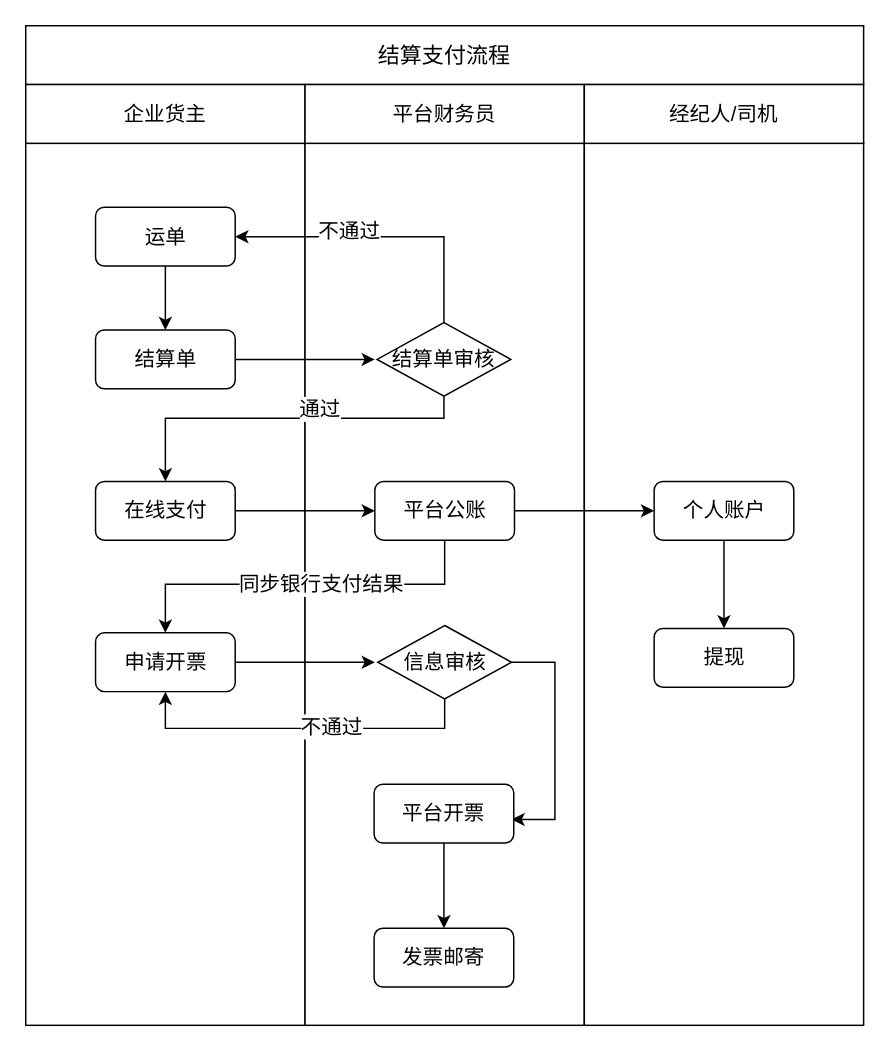
Before: 结算业务流程图.drawio in chenyibang/rdpwrap, a draw.io diagram. Source tidied: cells renumbered, new cells numbered last; positions are measured from the earlier drawing's top-left corner, leaving out a move shared by most shapes. Both pictures are drawn from the tidied source at 147%, with x=0, y=0 at pixel (25, 25).
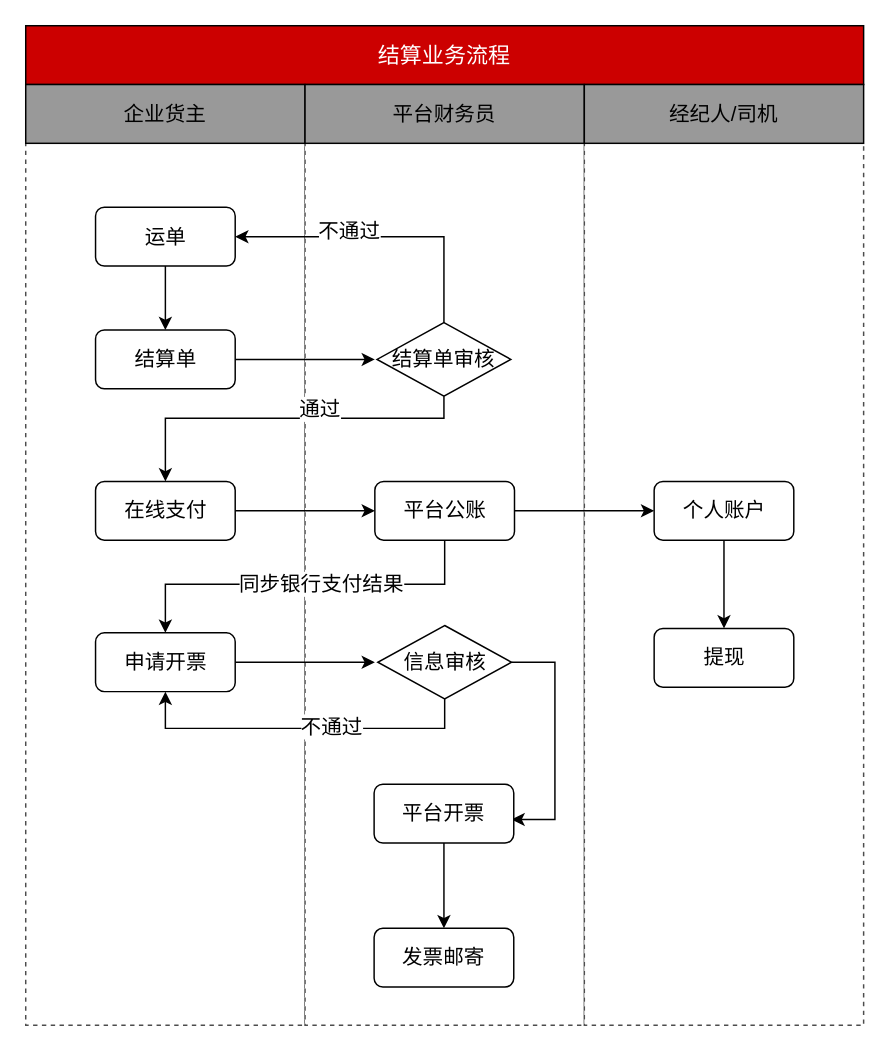
The same page after the edit.

Commit message (it also covers changes not shown here):
更新结算业务流程图.drawio

Change to the diagram source:
```diff
@@
-    <mxCell id="2" style="rounded=0;whiteSpace=wrap;html=1;fontSize=14;" parent="1" vertex="1">
+    <mxCell id="2" style="rounded=0;whiteSpace=wrap;html=1;fontSize=14;fillColor=#FFFFFF;strokeColor=#4D4D4D;dashed=1;" parent="1" vertex="1">
       <mxGeometry y="80" width="190" height="600" as="geometry" />
     </mxCell>
-    <mxCell id="3" style="rounded=0;whiteSpace=wrap;html=1;fontSize=14;" parent="1" vertex="1">
+    <mxCell id="3" style="rounded=0;whiteSpace=wrap;html=1;fontSize=14;fillColor=#FFFFFF;strokeColor=#4D4D4D;dashed=1;shadow=0;glass=0;" parent="1" vertex="1">
       <mxGeometry x="190" y="80" width="190" height="600" as="geometry" />
     </mxCell>
-    <mxCell id="4" style="rounded=0;whiteSpace=wrap;html=1;fontSize=14;" parent="1" vertex="1">
+    <mxCell id="4" style="rounded=0;whiteSpace=wrap;html=1;fontSize=14;fillColor=#FFFFFF;strokeColor=#4D4D4D;dashed=1;" parent="1" vertex="1">
       <mxGeometry x="380" y="80" width="190" height="600" as="geometry" />
     </mxCell>
-    <mxCell id="5" value="结算支付流程" style="rounded=0;whiteSpace=wrap;html=1;fontSize=15;align=center;" parent="1" vertex="1">
+    <mxCell id="5" value="结算业务流程" style="rounded=0;whiteSpace=wrap;html=1;fontSize=15;align=center;fillColor=#CC0000;fontColor=#FFFFFF;" parent="1" vertex="1">
       <mxGeometry width="570" height="40" as="geometry" />
     </mxCell>
-    <mxCell id="6" value="企业货主" style="rounded=0;whiteSpace=wrap;html=1;fontSize=14;" parent="1" vertex="1">
+    <mxCell id="6" value="企业货主" style="rounded=0;whiteSpace=wrap;html=1;fontSize=14;fillColor=#999999;" parent="1" vertex="1">
       <mxGeometry y="40" width="190" height="40" as="geometry" />
     </mxCell>
-    <mxCell id="7" value="平台财务员" style="rounded=0;whiteSpace=wrap;html=1;fontSize=14;" parent="1" vertex="1">
+    <mxCell id="7" value="平台财务员" style="rounded=0;whiteSpace=wrap;html=1;fontSize=14;fillColor=#999999;" parent="1" vertex="1">
       <mxGeometry x="190" y="40" width="190" height="40" as="geometry" />
     </mxCell>
-    <mxCell id="8" value="经纪人/司机" style="rounded=0;whiteSpace=wrap;html=1;fontSize=14;" parent="1" vertex="1">
+    <mxCell id="8" value="经纪人/司机" style="rounded=0;whiteSpace=wrap;html=1;fontSize=14;fillColor=#999999;" parent="1" vertex="1">
       <mxGeometry x="380" y="40" width="190" height="40" as="geometry" />
     </mxCell>
```
